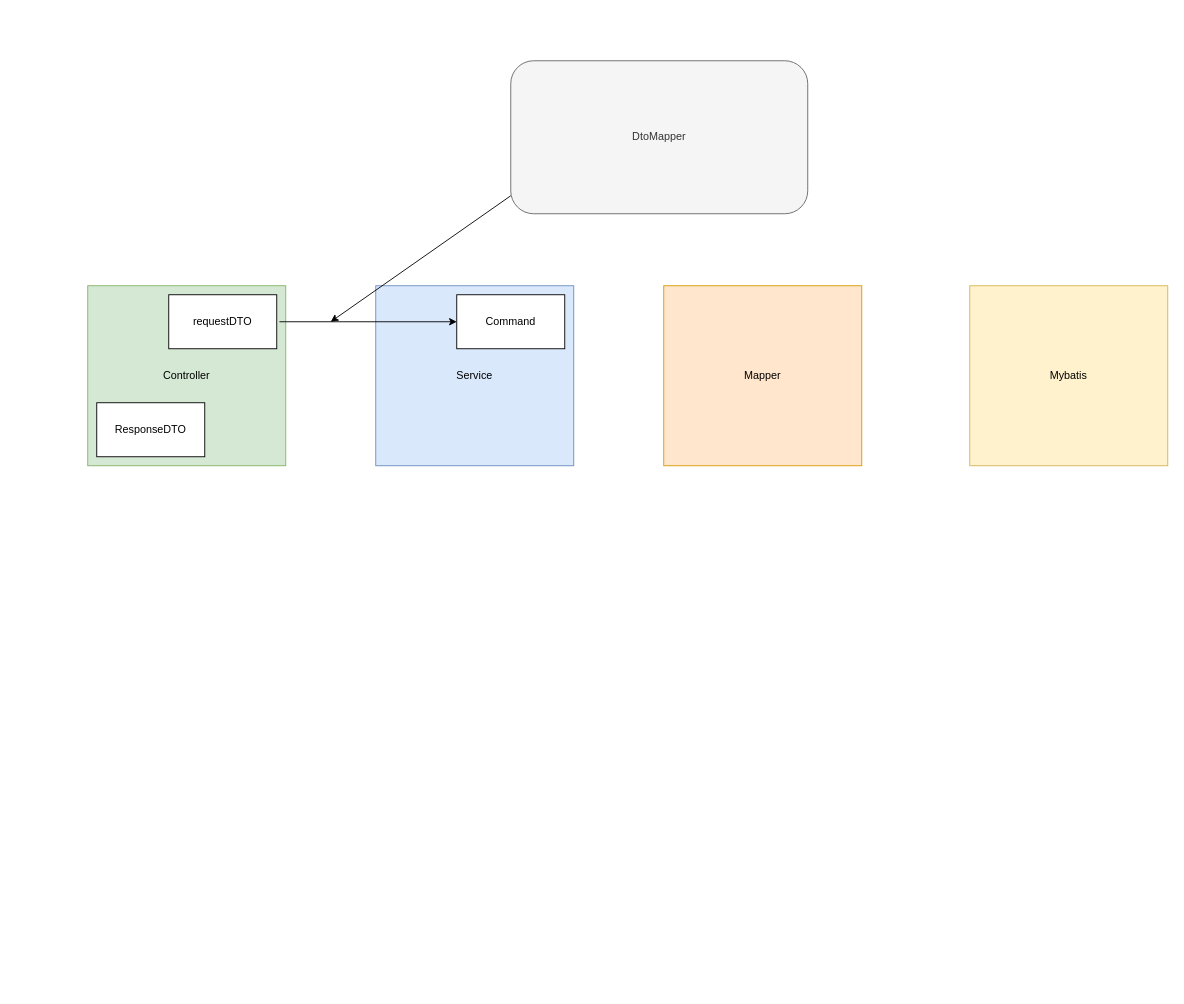
Before: page "페이지-3" (3 of 3) of architecture/spring-memory.drawio in TreeStone94/drawio, a draw.io diagram. Source tidied: cells renumbered, new cells numbered last; positions are measured from the earlier drawing's top-left corner, leaving out a move shared by most shapes. Both pictures are drawn from the tidied source at 90%, with x=0, y=0 at pixel (87, 60).
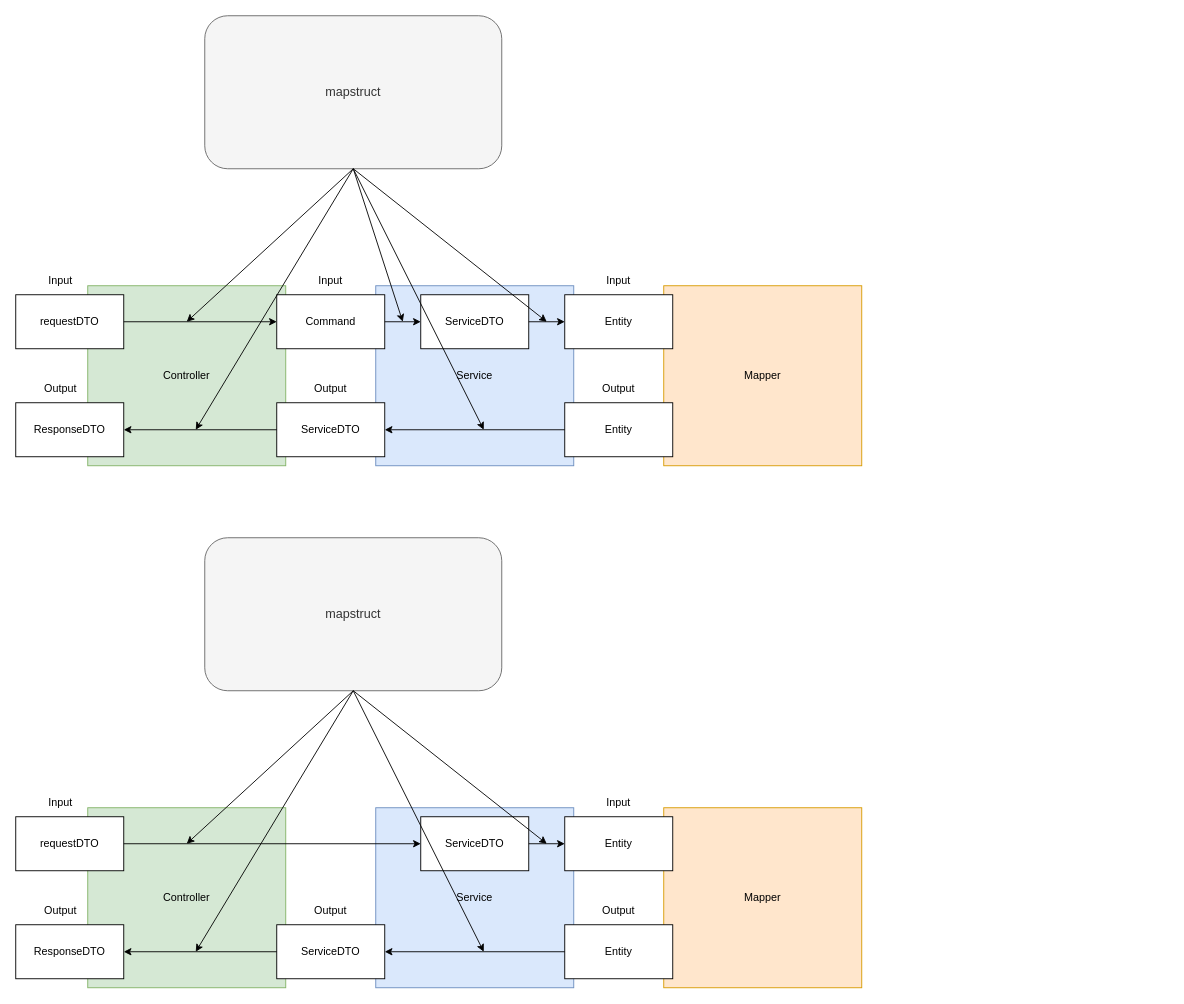
The same diagram, later.

The edit, as a diff of the source:
```diff
@@
-    <mxCell id="5" value="Mybatis" style="rounded=0;whiteSpace=wrap;html=1;fillColor=#fff2cc;strokeColor=#d6b656;" parent="1" vertex="1">
-      <mxGeometry x="980" y="250" width="220" height="200" as="geometry" />
-    </mxCell>
     <mxCell id="6" value="requestDTO" style="rounded=0;whiteSpace=wrap;html=1;" parent="1" vertex="1">
-      <mxGeometry x="90" y="260" width="120" height="60" as="geometry" />
+      <mxGeometry x="-80" y="260" width="120" height="60" as="geometry" />
     </mxCell>
     <mxCell id="7" value="ResponseDTO" style="rounded=0;whiteSpace=wrap;html=1;" parent="1" vertex="1">
-      <mxGeometry x="10" y="380" width="120" height="60" as="geometry" />
+      <mxGeometry x="-80" y="380" width="120" height="60" as="geometry" />
     </mxCell>
-    <mxCell id="8" value="DtoMapper" style="rounded=1;whiteSpace=wrap;html=1;fillColor=#f5f5f5;fontColor=#333333;strokeColor=#666666;" parent="1" vertex="1">
-      <mxGeometry x="470" width="330" height="170" as="geometry" />
+    <mxCell id="8" value="&lt;font style=&quot;font-size: 14px;&quot;&gt;mapstruct&lt;/font&gt;" style="rounded=1;whiteSpace=wrap;html=1;fillColor=#f5f5f5;fontColor=#333333;strokeColor=#666666;" parent="1" vertex="1">
+      <mxGeometry x="130" y="-50" width="330" height="170" as="geometry" />
     </mxCell>
-    <mxCell id="9" style="endArrow=classic;html=1;rounded=0;entryX=0;entryY=0.5;entryDx=0;entryDy=0;" parent="1" edge="1" target="10">
-      <mxGeometry relative="1" as="geometry">
-        <mxPoint x="213" y="290" as="sourcePoint" />
-      </mxGeometry>
+    <mxCell id="9" style="endArrow=classic;html=1;rounded=0;entryX=0;entryY=0.5;entryDx=0;entryDy=0;exitX=1;exitY=0.5;exitDx=0;exitDy=0;" parent="1" edge="1" source="6" target="10">
+      <mxGeometry relative="1" as="geometry" />
     </mxCell>
     <mxCell id="10" value="Command" style="rounded=0;whiteSpace=wrap;html=1;" parent="1" vertex="1">
-      <mxGeometry x="410" y="260" width="120" height="60" as="geometry" />
+      <mxGeometry x="210" y="260" width="120" height="60" as="geometry" />
     </mxCell>
-    <mxCell id="11" style="endArrow=classic;html=1;rounded=0;" parent="1" edge="1">
+    <mxCell id="11" style="endArrow=classic;html=1;rounded=0;exitX=0.5;exitY=1;exitDx=0;exitDy=0;" parent="1" edge="1" source="8">
       <mxGeometry relative="1" as="geometry">
-        <mxPoint x="470" y="150" as="sourcePoint" />
-        <mxPoint x="270" y="290" as="targetPoint" />
+        <mxPoint x="110" y="290" as="targetPoint" />
       </mxGeometry>
     </mxCell>
+    <mxCell id="12" value="ServiceDTO" style="rounded=0;whiteSpace=wrap;html=1;" parent="1" vertex="1">
+      <mxGeometry x="210" y="380" width="120" height="60" as="geometry" />
+    </mxCell>
+    <mxCell id="13" style="endArrow=classic;html=1;rounded=0;entryX=1;entryY=0.5;entryDx=0;entryDy=0;exitX=0;exitY=0.5;exitDx=0;exitDy=0;" parent="1" edge="1" source="12" target="7">
+      <mxGeometry relative="1" as="geometry" />
+    </mxCell>
+    <mxCell id="14" value="ServiceDTO" style="rounded=0;whiteSpace=wrap;html=1;" parent="1" vertex="1">
+      <mxGeometry x="370" y="260" width="120" height="60" as="geometry" />
+    </mxCell>
+    <mxCell id="15" style="endArrow=classic;html=1;rounded=0;entryX=0;entryY=0.5;entryDx=0;entryDy=0;exitX=1;exitY=0.5;exitDx=0;exitDy=0;" parent="1" edge="1" source="10" target="14">
+      <mxGeometry relative="1" as="geometry" />
+    </mxCell>
+    <mxCell id="16" value="Entity" style="rounded=0;whiteSpace=wrap;html=1;" parent="1" vertex="1">
+      <mxGeometry x="530" y="260" width="120" height="60" as="geometry" />
+    </mxCell>
+    <mxCell id="17" style="endArrow=classic;html=1;rounded=0;entryX=0;entryY=0.5;entryDx=0;entryDy=0;exitX=1;exitY=0.5;exitDx=0;exitDy=0;" parent="1" edge="1" source="14" target="16">
+      <mxGeometry relative="1" as="geometry" />
+    </mxCell>
+    <mxCell id="18" style="endArrow=classic;html=1;rounded=0;exitX=0.5;exitY=1;exitDx=0;exitDy=0;" parent="1" edge="1" source="8">
+      <mxGeometry relative="1" as="geometry">
+        <mxPoint x="120" y="410" as="targetPoint" />
+      </mxGeometry>
+    </mxCell>
+    <mxCell id="19" value="Entity" style="rounded=0;whiteSpace=wrap;html=1;" parent="1" vertex="1">
+      <mxGeometry x="530" y="380" width="120" height="60" as="geometry" />
+    </mxCell>
+    <mxCell id="20" value="Input" style="text;html=1;align=center;verticalAlign=middle;whiteSpace=wrap;rounded=0;" parent="1" vertex="1">
+      <mxGeometry x="-60" y="230" width="60" height="30" as="geometry" />
+    </mxCell>
+    <mxCell id="21" value="Output" style="text;html=1;align=center;verticalAlign=middle;whiteSpace=wrap;rounded=0;" parent="1" vertex="1">
+      <mxGeometry x="-60" y="350" width="60" height="30" as="geometry" />
+    </mxCell>
+    <mxCell id="22" value="Input" style="text;html=1;align=center;verticalAlign=middle;whiteSpace=wrap;rounded=0;" parent="1" vertex="1">
+      <mxGeometry x="240" y="230" width="60" height="30" as="geometry" />
+    </mxCell>
+    <mxCell id="23" value="Output" style="text;html=1;align=center;verticalAlign=middle;whiteSpace=wrap;rounded=0;" parent="1" vertex="1">
+      <mxGeometry x="240" y="350" width="60" height="30" as="geometry" />
+    </mxCell>
+    <mxCell id="24" value="Input" style="text;html=1;align=center;verticalAlign=middle;whiteSpace=wrap;rounded=0;" parent="1" vertex="1">
+      <mxGeometry x="560" y="230" width="60" height="30" as="geometry" />
+    </mxCell>
+    <mxCell id="25" value="Output" style="text;html=1;align=center;verticalAlign=middle;whiteSpace=wrap;rounded=0;" parent="1" vertex="1">
+      <mxGeometry x="560" y="350" width="60" height="30" as="geometry" />
+    </mxCell>
+    <mxCell id="26" style="endArrow=classic;html=1;rounded=0;entryX=1;entryY=0.5;entryDx=0;entryDy=0;exitX=0;exitY=0.5;exitDx=0;exitDy=0;" parent="1" edge="1" source="19" target="12">
+      <mxGeometry relative="1" as="geometry" />
+    </mxCell>
+    <mxCell id="27" style="endArrow=classic;html=1;rounded=0;exitX=0.5;exitY=1;exitDx=0;exitDy=0;" parent="1" edge="1" source="8">
+      <mxGeometry relative="1" as="geometry">
+        <mxPoint x="350" y="290" as="targetPoint" />
+      </mxGeometry>
+    </mxCell>
+    <mxCell id="28" style="endArrow=classic;html=1;rounded=0;exitX=0.5;exitY=1;exitDx=0;exitDy=0;" parent="1" edge="1" source="8">
+      <mxGeometry relative="1" as="geometry">
+        <mxPoint x="510" y="290" as="targetPoint" />
+      </mxGeometry>
+    </mxCell>
+    <mxCell id="29" style="endArrow=classic;html=1;rounded=0;exitX=0.5;exitY=1;exitDx=0;exitDy=0;" parent="1" edge="1" source="8">
+      <mxGeometry relative="1" as="geometry">
+        <mxPoint x="440" y="410" as="targetPoint" />
+      </mxGeometry>
+    </mxCell>
+    <mxCell id="30" value="Controller" style="rounded=0;whiteSpace=wrap;html=1;fillColor=#d5e8d4;strokeColor=#82b366;" parent="1" vertex="1">
+      <mxGeometry y="830" width="220" height="200" as="geometry" />
+    </mxCell>
+    <mxCell id="31" value="Service" style="rounded=0;whiteSpace=wrap;html=1;fillColor=#dae8fc;strokeColor=#6c8ebf;" parent="1" vertex="1">
+      <mxGeometry x="320" y="830" width="220" height="200" as="geometry" />
+    </mxCell>
+    <mxCell id="32" value="Mapper" style="rounded=0;whiteSpace=wrap;html=1;fillColor=#ffe6cc;strokeColor=#d79b00;" parent="1" vertex="1">
+      <mxGeometry x="640" y="830" width="220" height="200" as="geometry" />
+    </mxCell>
+    <mxCell id="33" value="requestDTO" style="rounded=0;whiteSpace=wrap;html=1;" parent="1" vertex="1">
+      <mxGeometry x="-80" y="840" width="120" height="60" as="geometry" />
+    </mxCell>
+    <mxCell id="34" value="ResponseDTO" style="rounded=0;whiteSpace=wrap;html=1;" parent="1" vertex="1">
+      <mxGeometry x="-80" y="960" width="120" height="60" as="geometry" />
+    </mxCell>
+    <mxCell id="35" value="&lt;font style=&quot;font-size: 14px;&quot;&gt;mapstruct&lt;/font&gt;" style="rounded=1;whiteSpace=wrap;html=1;fillColor=#f5f5f5;fontColor=#333333;strokeColor=#666666;" parent="1" vertex="1">
+      <mxGeometry x="130" y="530" width="330" height="170" as="geometry" />
+    </mxCell>
+    <mxCell id="36" style="endArrow=classic;html=1;rounded=0;entryX=0;entryY=0.5;entryDx=0;entryDy=0;exitX=1;exitY=0.5;exitDx=0;exitDy=0;" parent="1" edge="1" source="33" target="40">
+      <mxGeometry relative="1" as="geometry" />
+    </mxCell>
+    <mxCell id="37" style="endArrow=classic;html=1;rounded=0;exitX=0.5;exitY=1;exitDx=0;exitDy=0;" parent="1" edge="1" source="35">
+      <mxGeometry relative="1" as="geometry">
+        <mxPoint x="110" y="870" as="targetPoint" />
+      </mxGeometry>
+    </mxCell>
+    <mxCell id="38" value="ServiceDTO" style="rounded=0;whiteSpace=wrap;html=1;" parent="1" vertex="1">
+      <mxGeometry x="210" y="960" width="120" height="60" as="geometry" />
+    </mxCell>
+    <mxCell id="39" style="endArrow=classic;html=1;rounded=0;entryX=1;entryY=0.5;entryDx=0;entryDy=0;exitX=0;exitY=0.5;exitDx=0;exitDy=0;" parent="1" edge="1" source="38" target="34">
+      <mxGeometry relative="1" as="geometry" />
+    </mxCell>
+    <mxCell id="40" value="ServiceDTO" style="rounded=0;whiteSpace=wrap;html=1;" parent="1" vertex="1">
+      <mxGeometry x="370" y="840" width="120" height="60" as="geometry" />
+    </mxCell>
+    <mxCell id="41" value="Entity" style="rounded=0;whiteSpace=wrap;html=1;" parent="1" vertex="1">
+      <mxGeometry x="530" y="840" width="120" height="60" as="geometry" />
+    </mxCell>
+    <mxCell id="42" style="endArrow=classic;html=1;rounded=0;entryX=0;entryY=0.5;entryDx=0;entryDy=0;exitX=1;exitY=0.5;exitDx=0;exitDy=0;" parent="1" edge="1" source="40" target="41">
+      <mxGeometry relative="1" as="geometry" />
+    </mxCell>
+    <mxCell id="43" style="endArrow=classic;html=1;rounded=0;exitX=0.5;exitY=1;exitDx=0;exitDy=0;" parent="1" edge="1" source="35">
+      <mxGeometry relative="1" as="geometry">
+        <mxPoint x="120" y="990" as="targetPoint" />
+      </mxGeometry>
+    </mxCell>
+    <mxCell id="44" value="Entity" style="rounded=0;whiteSpace=wrap;html=1;" parent="1" vertex="1">
+      <mxGeometry x="530" y="960" width="120" height="60" as="geometry" />
+    </mxCell>
+    <mxCell id="45" value="Input" style="text;html=1;align=center;verticalAlign=middle;whiteSpace=wrap;rounded=0;" parent="1" vertex="1">
+      <mxGeometry x="-60" y="810" width="60" height="30" as="geometry" />
+    </mxCell>
+    <mxCell id="46" value="Output" style="text;html=1;align=center;verticalAlign=middle;whiteSpace=wrap;rounded=0;" parent="1" vertex="1">
+      <mxGeometry x="-60" y="930" width="60" height="30" as="geometry" />
+    </mxCell>
+    <mxCell id="47" value="Output" style="text;html=1;align=center;verticalAlign=middle;whiteSpace=wrap;rounded=0;" parent="1" vertex="1">
+      <mxGeometry x="240" y="930" width="60" height="30" as="geometry" />
+    </mxCell>
+    <mxCell id="48" value="Input" style="text;html=1;align=center;verticalAlign=middle;whiteSpace=wrap;rounded=0;" parent="1" vertex="1">
+      <mxGeometry x="560" y="810" width="60" height="30" as="geometry" />
+    </mxCell>
+    <mxCell id="49" value="Output" style="text;html=1;align=center;verticalAlign=middle;whiteSpace=wrap;rounded=0;" parent="1" vertex="1">
+      <mxGeometry x="560" y="930" width="60" height="30" as="geometry" />
+    </mxCell>
+    <mxCell id="50" style="endArrow=classic;html=1;rounded=0;entryX=1;entryY=0.5;entryDx=0;entryDy=0;exitX=0;exitY=0.5;exitDx=0;exitDy=0;" parent="1" edge="1" source="44" target="38">
+      <mxGeometry relative="1" as="geometry" />
+    </mxCell>
+    <mxCell id="51" style="endArrow=classic;html=1;rounded=0;exitX=0.5;exitY=1;exitDx=0;exitDy=0;" parent="1" edge="1" source="35">
+      <mxGeometry relative="1" as="geometry">
+        <mxPoint x="510" y="870" as="targetPoint" />
+      </mxGeometry>
+    </mxCell>
+    <mxCell id="52" style="endArrow=classic;html=1;rounded=0;exitX=0.5;exitY=1;exitDx=0;exitDy=0;" parent="1" edge="1" source="35">
+      <mxGeometry relative="1" as="geometry">
+        <mxPoint x="440" y="990" as="targetPoint" />
+      </mxGeometry>
+    </mxCell>
```
